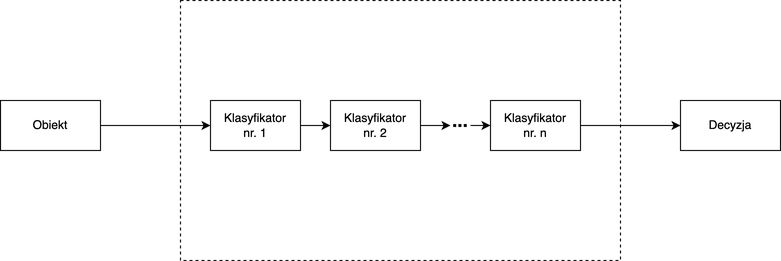
Before: images/SequentialTopology.png, a diagram exported from draw.io (pawel150199/praca-dyplomowa). Source tidied: cells renumbered, new cells last; positions are measured from the earlier drawing's top-left corner, leaving out a move shared by most shapes.
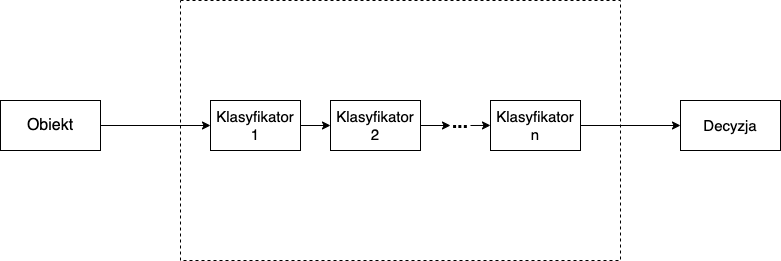
After the change.

Change to the diagram source:
```diff
@@ -11,13 +11,13 @@
     <mxCell id="4" style="rounded=0;whiteSpace=wrap;html=1;fontSize=12;" parent="1" vertex="1">
       <mxGeometry x="210" y="100" width="90" height="50" as="geometry" />
     </mxCell>
-    <mxCell id="5" value="Obiekt" style="text;html=1;strokeColor=none;fillColor=none;align=center;verticalAlign=middle;whiteSpace=wrap;rounded=0;fontSize=12;fontStyle=0;" parent="1" vertex="1">
+    <mxCell id="5" value="Obiekt" style="text;html=1;strokeColor=none;fillColor=none;align=center;verticalAlign=middle;whiteSpace=wrap;rounded=0;fontSize=16;fontStyle=0;" parent="1" vertex="1">
       <mxGeometry x="20" y="110" width="60" height="30" as="geometry" />
     </mxCell>
     <mxCell id="6" style="rounded=0;whiteSpace=wrap;html=1;fontSize=12;" parent="1" vertex="1">
       <mxGeometry x="680" y="100" width="100" height="50" as="geometry" />
     </mxCell>
-    <mxCell id="7" value="Decyzja" style="text;html=1;strokeColor=none;fillColor=none;align=center;verticalAlign=middle;whiteSpace=wrap;rounded=0;dashed=1;fontSize=12;" parent="1" vertex="1">
+    <mxCell id="7" value="Decyzja" style="text;html=1;strokeColor=none;fillColor=none;align=center;verticalAlign=middle;whiteSpace=wrap;rounded=0;dashed=1;fontSize=15;" parent="1" vertex="1">
       <mxGeometry x="700" y="110" width="60" height="30" as="geometry" />
     </mxCell>
     <mxCell id="8" style="endArrow=classic;html=1;rounded=0;fontSize=12;entryX=0;entryY=0.5;entryDx=0;entryDy=0;" parent="1" edge="1" target="6">
@@ -28,7 +28,7 @@
     <mxCell id="9" value="&lt;font style=&quot;font-size: 19px;&quot;&gt;...&lt;/font&gt;" style="text;html=1;strokeColor=none;fillColor=none;align=center;verticalAlign=middle;whiteSpace=wrap;rounded=0;fontSize=18;fontStyle=1;" parent="1" vertex="1">
       <mxGeometry x="450" y="120" width="20" as="geometry" />
     </mxCell>
-    <mxCell id="10" value="Klasyfikator nr. 1" style="text;html=1;strokeColor=none;fillColor=none;align=center;verticalAlign=middle;whiteSpace=wrap;rounded=0;fontSize=12;" parent="1" vertex="1">
+    <mxCell id="10" value="Klasyfikator 1" style="text;html=1;strokeColor=none;fillColor=none;align=center;verticalAlign=middle;whiteSpace=wrap;rounded=0;fontSize=15;" parent="1" vertex="1">
       <mxGeometry x="225" y="110" width="60" height="30" as="geometry" />
     </mxCell>
     <mxCell id="11" style="rounded=0;whiteSpace=wrap;html=1;fontSize=12;" parent="1" vertex="1">
@@ -37,10 +37,10 @@
     <mxCell id="12" style="rounded=0;whiteSpace=wrap;html=1;fontSize=12;" parent="1" vertex="1">
       <mxGeometry x="490" y="100" width="90" height="50" as="geometry" />
     </mxCell>
-    <mxCell id="13" value="Klasyfikator nr. 2" style="text;html=1;strokeColor=none;fillColor=none;align=center;verticalAlign=middle;whiteSpace=wrap;rounded=0;fontSize=12;" parent="1" vertex="1">
+    <mxCell id="13" value="Klasyfikator 2" style="text;html=1;strokeColor=none;fillColor=none;align=center;verticalAlign=middle;whiteSpace=wrap;rounded=0;fontSize=15;" parent="1" vertex="1">
       <mxGeometry x="345" y="110" width="60" height="30" as="geometry" />
     </mxCell>
-    <mxCell id="14" value="Klasyfikator nr. n" style="text;html=1;strokeColor=none;fillColor=none;align=center;verticalAlign=middle;whiteSpace=wrap;rounded=0;fontSize=12;" parent="1" vertex="1">
+    <mxCell id="14" value="Klasyfikator n" style="text;html=1;strokeColor=none;fillColor=none;align=center;verticalAlign=middle;whiteSpace=wrap;rounded=0;fontSize=15;" parent="1" vertex="1">
       <mxGeometry x="505" y="110" width="60" height="30" as="geometry" />
     </mxCell>
     <mxCell id="15" style="endArrow=classic;html=1;rounded=0;fontSize=12;exitX=1;exitY=0.5;exitDx=0;exitDy=0;entryX=0;entryY=0.5;entryDx=0;entryDy=0;" parent="1" edge="1" source="3" target="4">
```
